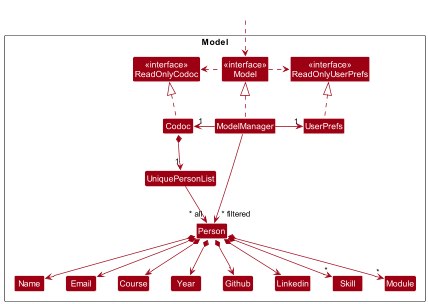
Above: docs/images/ModelClassDiagram.png in nus-cs2103-AY2223S2/tp (PlantUML), before the change.
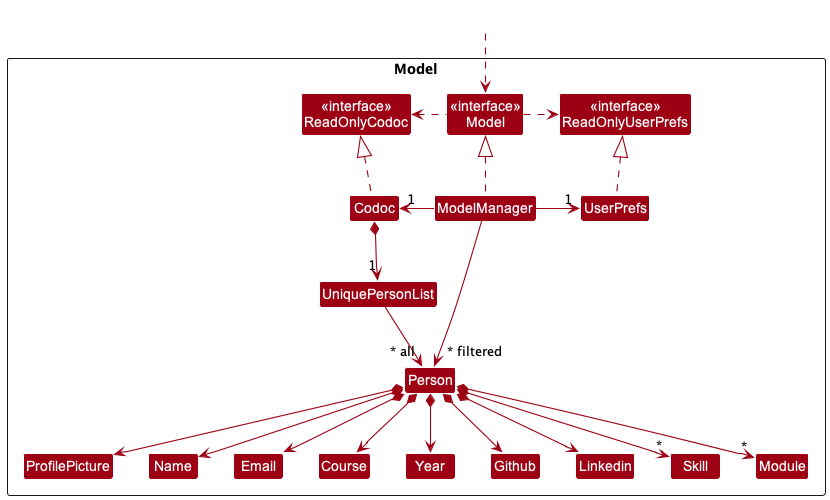
Above is the later version.

Diff of the diagram source:
```diff
@@ -22,6 +22,7 @@
 Class Module
 Class Course
 Class Year
+Class ProfilePicture
 }
 
 Class HiddenOutside #FFFFFF
@@ -38,6 +39,7 @@
 
 Codoc *--> "1" UniquePersonList
 UniquePersonList --> "~* all" Person
+Person *--> ProfilePicture
 Person *--> Name
 Person *--> Course
 Person *--> Year
@@ -47,6 +49,7 @@
 Person *--> "*" Skill
 Person *--> "*" Module
 
+ProfilePicture -[hidden]right-> Name
 Name -[hidden]right-> Email
 Email -[hidden]right-> Course
 Course -[hidden]right-> Year
```
